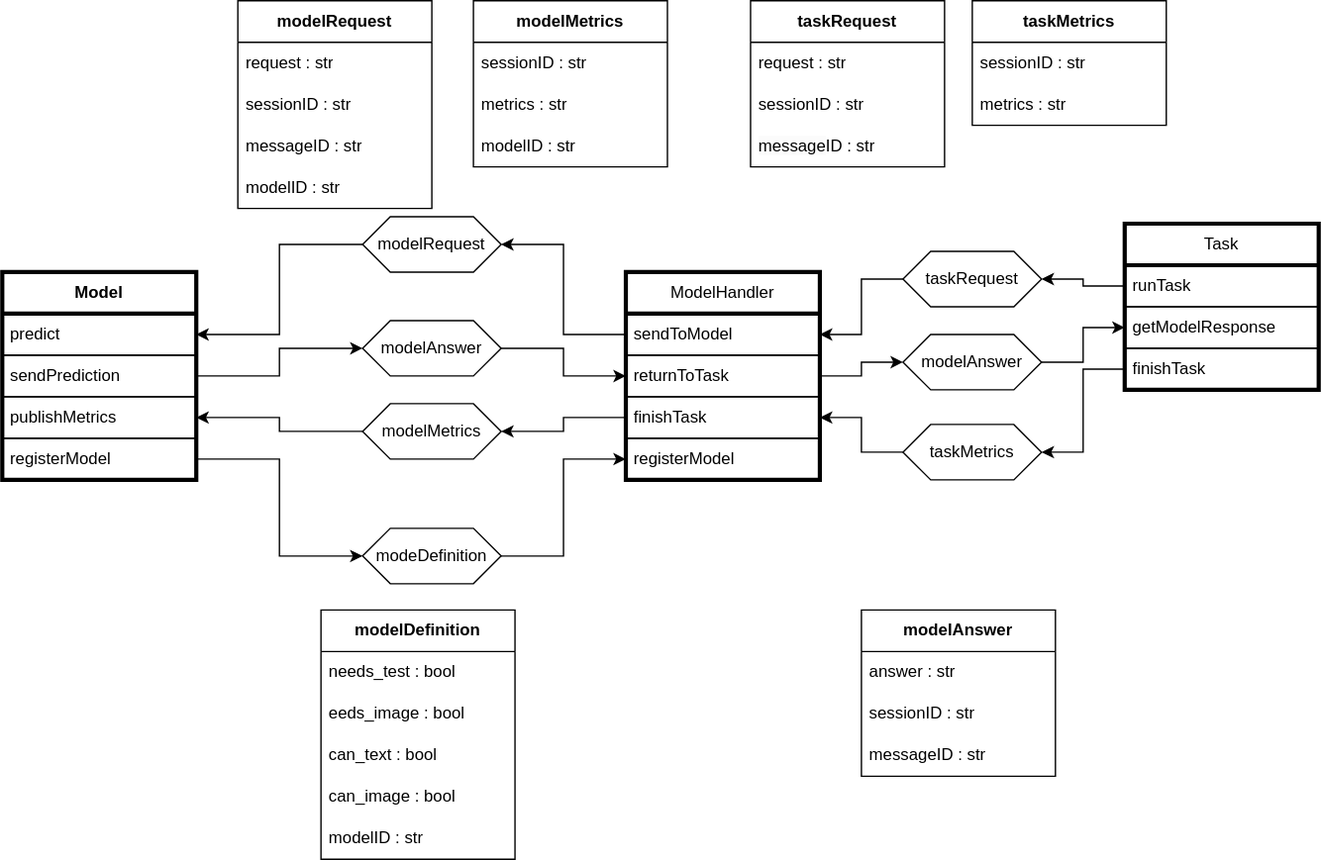
The draw.io diagram task_template/docs/threecomp_layout.svg in viivi-uhari/CollaborativeAI, before a commit. Source tidied: cells renumbered, new cells last; positions are measured from the earlier drawing's top-left corner, leaving out a move shared by most shapes.
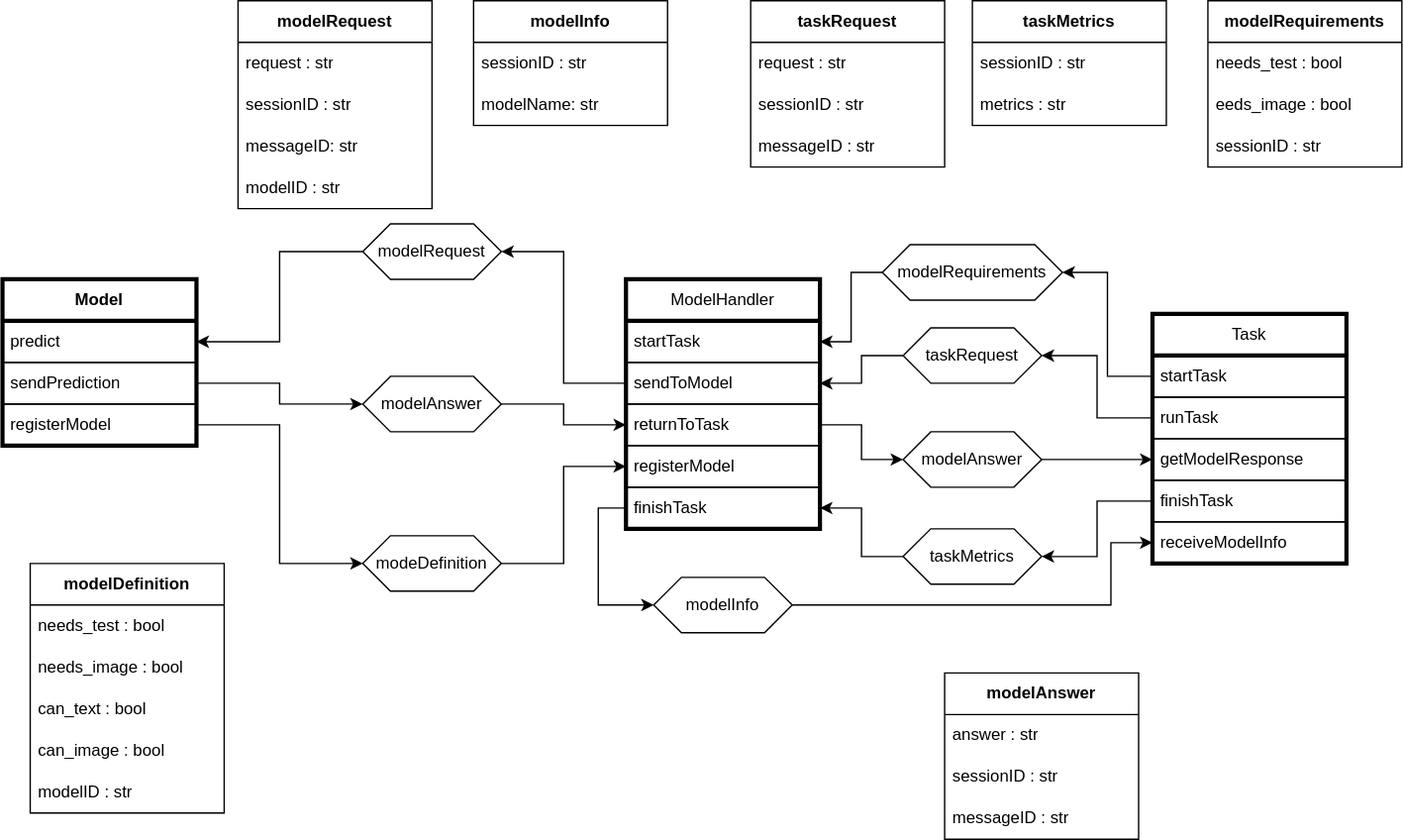
The same file after the commit.

The edit, as a diff of the source:
```diff
@@ -13,5 +13,5 @@
     </mxCell>
-    <mxCell id="5" value="&lt;span style=&quot;color: rgb(0, 0, 0); font-family: Helvetica; font-size: 12px; font-style: normal; font-variant-ligatures: normal; font-variant-caps: normal; font-weight: 400; letter-spacing: normal; orphans: 2; text-align: left; text-indent: 0px; text-transform: none; widows: 2; word-spacing: 0px; -webkit-text-stroke-width: 0px; white-space: normal; background-color: rgb(251, 251, 251); text-decoration-thickness: initial; text-decoration-style: initial; text-decoration-color: initial; display: inline !important; float: none;&quot;&gt;message&lt;/span&gt;ID : str" style="text;strokeColor=none;fillColor=none;align=left;verticalAlign=middle;spacingLeft=4;spacingRight=4;overflow=hidden;whiteSpace=wrap;html=1;" parent="2" vertex="1">
-      <mxGeometry y="90" width="140" height="30" as="geometry" />
-    </mxCell>
+    <mxCell id="63" value="messageID : str" style="text;strokeColor=none;fillColor=none;align=left;verticalAlign=middle;spacingLeft=4;spacingRight=4;overflow=hidden;whiteSpace=wrap;html=1;" parent="2" vertex="1">
+      <mxGeometry y="90" width="140" height="30" as="geometry" />
+    </mxCell>
     <mxCell id="6" style="edgeStyle=orthogonalEdgeStyle;rounded=0;jettySize=auto;html=1;exitX=0;exitY=0.5;exitDx=0;exitDy=0;entryX=1;entryY=0.5;entryDx=0;entryDy=0;" parent="1" edge="1" source="7" target="9">
@@ -20,31 +20,40 @@
     <mxCell id="7" value="taskRequest" style="shape=hexagon;perimeter=hexagonPerimeter2;whiteSpace=wrap;html=1;fixedSize=1;" parent="1" vertex="1">
-      <mxGeometry x="650" y="181" width="100" height="40" as="geometry" />
+      <mxGeometry x="650" y="236" width="100" height="40" as="geometry" />
     </mxCell>
     <mxCell id="8" value="ModelHandler" style="swimlane;fontStyle=0;horizontal=1;startSize=30;whiteSpace=wrap;html=1;strokeWidth=3;" parent="1" vertex="1">
-      <mxGeometry x="450" y="196" width="140" height="150" as="geometry" />
+      <mxGeometry x="450" y="201" width="140" height="180" as="geometry" />
     </mxCell>
+    <mxCell id="64" value="startTask" style="text;strokeColor=default;fillColor=none;align=left;verticalAlign=middle;spacingLeft=4;spacingRight=4;overflow=hidden;points=[[0,0.5],[1,0.5]];portConstraint=eastwest;whiteSpace=wrap;html=1;" parent="8" vertex="1">
+      <mxGeometry y="30" width="140" height="30" as="geometry" />
+    </mxCell>
     <mxCell id="9" value="sendToModel" style="text;strokeColor=default;fillColor=none;align=left;verticalAlign=middle;spacingLeft=4;spacingRight=4;overflow=hidden;points=[[0,0.5],[1,0.5]];portConstraint=eastwest;whiteSpace=wrap;html=1;" parent="8" vertex="1">
-      <mxGeometry y="30" width="140" height="30" as="geometry" />
+      <mxGeometry y="60" width="140" height="30" as="geometry" />
     </mxCell>
     <mxCell id="10" value="returnToTask" style="text;strokeColor=default;fillColor=none;align=left;verticalAlign=middle;spacingLeft=4;spacingRight=4;overflow=hidden;points=[[0,0.5],[1,0.5]];portConstraint=eastwest;whiteSpace=wrap;html=1;" parent="8" vertex="1">
-      <mxGeometry y="60" width="140" height="30" as="geometry" />
+      <mxGeometry y="90" width="140" height="30" as="geometry" />
     </mxCell>
+    <mxCell id="12" value="registerModel" style="text;strokeColor=default;fillColor=none;align=left;verticalAlign=middle;spacingLeft=4;spacingRight=4;overflow=hidden;points=[[0,0.5],[1,0.5]];portConstraint=eastwest;whiteSpace=wrap;html=1;" parent="8" vertex="1">
+      <mxGeometry y="120" width="140" height="30" as="geometry" />
+    </mxCell>
     <mxCell id="11" value="finishTask" style="text;strokeColor=default;fillColor=none;align=left;verticalAlign=middle;spacingLeft=4;spacingRight=4;overflow=hidden;points=[[0,0.5],[1,0.5]];portConstraint=eastwest;whiteSpace=wrap;html=1;" parent="8" vertex="1">
-      <mxGeometry y="90" width="140" height="30" as="geometry" />
+      <mxGeometry y="150" width="140" height="30" as="geometry" />
     </mxCell>
-    <mxCell id="12" value="registerModel" style="text;strokeColor=default;fillColor=none;align=left;verticalAlign=middle;spacingLeft=4;spacingRight=4;overflow=hidden;points=[[0,0.5],[1,0.5]];portConstraint=eastwest;whiteSpace=wrap;html=1;" parent="8" vertex="1">
-      <mxGeometry y="120" width="140" height="30" as="geometry" />
-    </mxCell>
     <mxCell id="13" value="Task" style="swimlane;fontStyle=0;horizontal=1;startSize=30;whiteSpace=wrap;html=1;strokeWidth=3;" parent="1" vertex="1">
-      <mxGeometry x="810" y="161" width="140" height="120" as="geometry" />
+      <mxGeometry x="830" y="226" width="140" height="180" as="geometry" />
     </mxCell>
+    <mxCell id="65" value="startTask" style="text;strokeColor=default;fillColor=none;align=left;verticalAlign=middle;spacingLeft=4;spacingRight=4;overflow=hidden;points=[[0,0.5],[1,0.5]];portConstraint=eastwest;whiteSpace=wrap;html=1;" parent="13" vertex="1">
+      <mxGeometry y="30" width="140" height="30" as="geometry" />
+    </mxCell>
     <mxCell id="14" value="runTask" style="text;strokeColor=default;fillColor=none;align=left;verticalAlign=middle;spacingLeft=4;spacingRight=4;overflow=hidden;points=[[0,0.5],[1,0.5]];portConstraint=eastwest;whiteSpace=wrap;html=1;" parent="13" vertex="1">
-      <mxGeometry y="30" width="140" height="30" as="geometry" />
+      <mxGeometry y="60" width="140" height="30" as="geometry" />
     </mxCell>
     <mxCell id="15" value="getModelResponse" style="text;strokeColor=default;fillColor=none;align=left;verticalAlign=middle;spacingLeft=4;spacingRight=4;overflow=hidden;points=[[0,0.5],[1,0.5]];portConstraint=eastwest;whiteSpace=wrap;html=1;" parent="13" vertex="1">
-      <mxGeometry y="60" width="140" height="30" as="geometry" />
+      <mxGeometry y="90" width="140" height="30" as="geometry" />
     </mxCell>
     <mxCell id="16" value="finishTask" style="text;strokeColor=default;fillColor=none;align=left;verticalAlign=middle;spacingLeft=4;spacingRight=4;overflow=hidden;points=[[0,0.5],[1,0.5]];portConstraint=eastwest;whiteSpace=wrap;html=1;" parent="13" vertex="1">
-      <mxGeometry y="90" width="140" height="30" as="geometry" />
+      <mxGeometry y="120" width="140" height="30" as="geometry" />
     </mxCell>
+    <mxCell id="66" value="receiveModelInfo" style="text;strokeColor=default;fillColor=none;align=left;verticalAlign=middle;spacingLeft=4;spacingRight=4;overflow=hidden;points=[[0,0.5],[1,0.5]];portConstraint=eastwest;whiteSpace=wrap;html=1;" parent="13" vertex="1">
+      <mxGeometry y="150" width="140" height="30" as="geometry" />
+    </mxCell>
     <mxCell id="17" style="edgeStyle=orthogonalEdgeStyle;rounded=0;jettySize=auto;html=1;exitX=0;exitY=0.5;exitDx=0;exitDy=0;entryX=1;entryY=0.5;entryDx=0;entryDy=0;" parent="1" edge="1" source="14" target="7">
@@ -53,3 +62,3 @@
     <mxCell id="18" value="&lt;b&gt;modelAnswer&lt;/b&gt;" style="swimlane;fontStyle=0;horizontal=1;startSize=30;whiteSpace=wrap;html=1;" parent="1" vertex="1">
-      <mxGeometry x="620" y="440" width="140" height="120" as="geometry" />
+      <mxGeometry x="680" y="485" width="140" height="120" as="geometry" />
     </mxCell>
@@ -61,7 +70,7 @@
     </mxCell>
-    <mxCell id="21" value="messageID : str" style="text;strokeColor=none;fillColor=none;align=left;verticalAlign=middle;spacingLeft=4;spacingRight=4;overflow=hidden;whiteSpace=wrap;html=1;" parent="18" vertex="1">
-      <mxGeometry y="90" width="140" height="30" as="geometry" />
-    </mxCell>
+    <mxCell id="67" value="messageID : str" style="text;strokeColor=none;fillColor=none;align=left;verticalAlign=middle;spacingLeft=4;spacingRight=4;overflow=hidden;whiteSpace=wrap;html=1;" parent="18" vertex="1">
+      <mxGeometry y="90" width="140" height="30" as="geometry" />
+    </mxCell>
     <mxCell id="22" value="&lt;b&gt;Model&lt;/b&gt;" style="swimlane;fontStyle=0;horizontal=1;startSize=30;whiteSpace=wrap;html=1;strokeWidth=3;" parent="1" vertex="1">
-      <mxGeometry y="196" width="140" height="150" as="geometry" />
+      <mxGeometry y="201" width="140" height="120" as="geometry" />
     </mxCell>
@@ -73,7 +82,4 @@
     </mxCell>
-    <mxCell id="25" value="publishMetrics" style="text;strokeColor=default;fillColor=none;align=left;verticalAlign=middle;spacingLeft=4;spacingRight=4;overflow=hidden;points=[[0,0.5],[1,0.5]];portConstraint=eastwest;whiteSpace=wrap;html=1;" parent="22" vertex="1">
-      <mxGeometry y="90" width="140" height="30" as="geometry" />
-    </mxCell>
     <mxCell id="26" value="registerModel" style="text;strokeColor=default;fillColor=none;align=left;verticalAlign=middle;spacingLeft=4;spacingRight=4;overflow=hidden;points=[[0,0.5],[1,0.5]];portConstraint=eastwest;whiteSpace=wrap;html=1;" parent="22" vertex="1">
-      <mxGeometry y="120" width="140" height="30" as="geometry" />
+      <mxGeometry y="90" width="140" height="30" as="geometry" />
     </mxCell>
@@ -88,5 +94,5 @@
     </mxCell>
-    <mxCell id="30" value="messageID : str" style="text;strokeColor=none;fillColor=none;align=left;verticalAlign=middle;spacingLeft=4;spacingRight=4;overflow=hidden;whiteSpace=wrap;html=1;" parent="27" vertex="1">
-      <mxGeometry y="90" width="140" height="30" as="geometry" />
-    </mxCell>
+    <mxCell id="68" value="messageID: str" style="text;strokeColor=none;fillColor=none;align=left;verticalAlign=middle;spacingLeft=4;spacingRight=4;overflow=hidden;whiteSpace=wrap;html=1;" parent="27" vertex="1">
+      <mxGeometry y="90" width="140" height="30" as="geometry" />
+    </mxCell>
     <mxCell id="31" value="modelID : str" style="text;strokeColor=none;fillColor=none;align=left;verticalAlign=middle;spacingLeft=4;spacingRight=4;overflow=hidden;whiteSpace=wrap;html=1;" parent="27" vertex="1">
@@ -103,4 +109,4 @@
     </mxCell>
-    <mxCell id="35" value="&lt;b&gt;modelMetrics&lt;/b&gt;" style="swimlane;fontStyle=0;horizontal=1;startSize=30;whiteSpace=wrap;html=1;" parent="1" vertex="1">
-      <mxGeometry x="340" width="140" height="120" as="geometry" />
+    <mxCell id="35" value="&lt;b&gt;modelInfo&lt;/b&gt;" style="swimlane;fontStyle=0;horizontal=1;startSize=30;whiteSpace=wrap;html=1;" parent="1" vertex="1">
+      <mxGeometry x="340" width="140" height="90" as="geometry" />
     </mxCell>
@@ -109,8 +115,5 @@
     </mxCell>
-    <mxCell id="37" value="metrics : str" style="text;strokeColor=none;fillColor=none;align=left;verticalAlign=middle;spacingLeft=4;spacingRight=4;overflow=hidden;whiteSpace=wrap;html=1;" parent="35" vertex="1">
+    <mxCell id="37" value="modelName: str" style="text;strokeColor=none;fillColor=none;align=left;verticalAlign=middle;spacingLeft=4;spacingRight=4;overflow=hidden;whiteSpace=wrap;html=1;" parent="35" vertex="1">
       <mxGeometry y="60" width="140" height="30" as="geometry" />
     </mxCell>
-    <mxCell id="38" value="modelID : str" style="text;strokeColor=none;fillColor=none;align=left;verticalAlign=middle;spacingLeft=4;spacingRight=4;overflow=hidden;whiteSpace=wrap;html=1;" parent="35" vertex="1">
-      <mxGeometry y="90" width="140" height="30" as="geometry" />
-    </mxCell>
     <mxCell id="39" style="edgeStyle=orthogonalEdgeStyle;rounded=0;jettySize=auto;html=1;exitX=0;exitY=0.5;exitDx=0;exitDy=0;entryX=1;entryY=0.5;entryDx=0;entryDy=0;" parent="1" edge="1" source="40" target="11">
@@ -119,3 +122,3 @@
     <mxCell id="40" value="taskMetrics" style="shape=hexagon;perimeter=hexagonPerimeter2;whiteSpace=wrap;html=1;fixedSize=1;" parent="1" vertex="1">
-      <mxGeometry x="650" y="306" width="100" height="40" as="geometry" />
+      <mxGeometry x="650" y="381" width="100" height="40" as="geometry" />
     </mxCell>
@@ -125,9 +128,14 @@
     <mxCell id="42" value="modelRequest" style="shape=hexagon;perimeter=hexagonPerimeter2;whiteSpace=wrap;html=1;fixedSize=1;" parent="1" vertex="1">
-      <mxGeometry x="260" y="156" width="100" height="40" as="geometry" />
+      <mxGeometry x="260" y="161" width="100" height="40" as="geometry" />
     </mxCell>
-    <mxCell id="43" style="edgeStyle=orthogonalEdgeStyle;rounded=0;jettySize=auto;html=1;exitX=0;exitY=0.5;exitDx=0;exitDy=0;entryX=1;entryY=0.5;entryDx=0;entryDy=0;" parent="1" edge="1" source="44" target="25">
-      <mxGeometry relative="1" as="geometry" />
+    <mxCell id="43" style="edgeStyle=orthogonalEdgeStyle;rounded=0;jettySize=auto;html=1;entryX=0;entryY=0.5;entryDx=0;entryDy=0;exitX=1;exitY=0.5;exitDx=0;exitDy=0;" parent="1" edge="1" source="44" target="66">
+      <mxGeometry relative="1" as="geometry">
+        <Array as="points">
+          <mxPoint x="800" y="436" />
+          <mxPoint x="800" y="391" />
+        </Array>
+      </mxGeometry>
     </mxCell>
-    <mxCell id="44" value="modelMetrics" style="shape=hexagon;perimeter=hexagonPerimeter2;whiteSpace=wrap;html=1;fixedSize=1;" parent="1" vertex="1">
-      <mxGeometry x="260" y="291" width="100" height="40" as="geometry" />
+    <mxCell id="44" value="modelInfo" style="shape=hexagon;perimeter=hexagonPerimeter2;whiteSpace=wrap;html=1;fixedSize=1;" parent="1" vertex="1">
+      <mxGeometry x="470" y="416" width="100" height="40" as="geometry" />
     </mxCell>
@@ -136,3 +144,3 @@
     </mxCell>
-    <mxCell id="46" style="edgeStyle=orthogonalEdgeStyle;rounded=0;jettySize=auto;html=1;exitX=0;exitY=0.5;exitDx=0;exitDy=0;entryX=1;entryY=0.5;entryDx=0;entryDy=0;" parent="1" edge="1" source="11" target="44">
+    <mxCell id="46" style="edgeStyle=orthogonalEdgeStyle;rounded=0;jettySize=auto;html=1;exitX=0;exitY=0.5;exitDx=0;exitDy=0;entryX=0;entryY=0.5;entryDx=0;entryDy=0;" parent="1" edge="1" source="11" target="44">
       <mxGeometry relative="1" as="geometry" />
@@ -143,6 +151,6 @@
     <mxCell id="48" value="modeDefinition" style="shape=hexagon;perimeter=hexagonPerimeter2;whiteSpace=wrap;html=1;fixedSize=1;" parent="1" vertex="1">
-      <mxGeometry x="260" y="381" width="100" height="40" as="geometry" />
+      <mxGeometry x="260" y="386" width="100" height="40" as="geometry" />
     </mxCell>
     <mxCell id="49" value="&lt;b&gt;modelDefinition&lt;/b&gt;" style="swimlane;fontStyle=0;horizontal=1;startSize=30;whiteSpace=wrap;html=1;" parent="1" vertex="1">
-      <mxGeometry x="230" y="440" width="140" height="180" as="geometry" />
+      <mxGeometry x="20" y="406" width="140" height="180" as="geometry" />
     </mxCell>
@@ -151,3 +159,3 @@
     </mxCell>
-    <mxCell id="51" value="eeds_image : bool" style="text;strokeColor=none;fillColor=none;align=left;verticalAlign=middle;spacingLeft=4;spacingRight=4;overflow=hidden;whiteSpace=wrap;html=1;" parent="49" vertex="1">
+    <mxCell id="51" value="needs_image : bool" style="text;strokeColor=none;fillColor=none;align=left;verticalAlign=middle;spacingLeft=4;spacingRight=4;overflow=hidden;whiteSpace=wrap;html=1;" parent="49" vertex="1">
       <mxGeometry y="60" width="140" height="30" as="geometry" />
@@ -170,3 +178,3 @@
     <mxCell id="57" value="modelAnswer" style="shape=hexagon;perimeter=hexagonPerimeter2;whiteSpace=wrap;html=1;fixedSize=1;" parent="1" vertex="1">
-      <mxGeometry x="260" y="231" width="100" height="40" as="geometry" />
+      <mxGeometry x="260" y="271" width="100" height="40" as="geometry" />
     </mxCell>
@@ -179,3 +187,3 @@
     <mxCell id="60" value="modelAnswer" style="shape=hexagon;perimeter=hexagonPerimeter2;whiteSpace=wrap;html=1;fixedSize=1;" parent="1" vertex="1">
-      <mxGeometry x="650" y="241" width="100" height="40" as="geometry" />
+      <mxGeometry x="650" y="311" width="100" height="40" as="geometry" />
     </mxCell>
@@ -187,2 +195,23 @@
     </mxCell>
+    <mxCell id="69" value="&lt;b&gt;modelRequirements&lt;/b&gt;" style="swimlane;fontStyle=0;horizontal=1;startSize=30;whiteSpace=wrap;html=1;" parent="1" vertex="1">
+      <mxGeometry x="870" width="140" height="120" as="geometry" />
+    </mxCell>
+    <mxCell id="70" value="needs_test : bool" style="text;strokeColor=none;fillColor=none;align=left;verticalAlign=middle;spacingLeft=4;spacingRight=4;overflow=hidden;whiteSpace=wrap;html=1;" parent="69" vertex="1">
+      <mxGeometry y="30" width="140" height="30" as="geometry" />
+    </mxCell>
+    <mxCell id="71" value="eeds_image : bool" style="text;strokeColor=none;fillColor=none;align=left;verticalAlign=middle;spacingLeft=4;spacingRight=4;overflow=hidden;whiteSpace=wrap;html=1;" parent="69" vertex="1">
+      <mxGeometry y="60" width="140" height="30" as="geometry" />
+    </mxCell>
+    <mxCell id="72" value="sessionID : str" style="text;strokeColor=none;fillColor=none;align=left;verticalAlign=middle;spacingLeft=4;spacingRight=4;overflow=hidden;whiteSpace=wrap;html=1;" parent="69" vertex="1">
+      <mxGeometry y="90" width="140" height="30" as="geometry" />
+    </mxCell>
+    <mxCell id="73" style="edgeStyle=orthogonalEdgeStyle;rounded=0;jettySize=auto;html=1;exitX=0;exitY=0.5;exitDx=0;exitDy=0;entryX=1;entryY=0.5;entryDx=0;entryDy=0;" parent="1" edge="1" source="74" target="64">
+      <mxGeometry relative="1" as="geometry" />
+    </mxCell>
+    <mxCell id="74" value="modelRequirements" style="shape=hexagon;perimeter=hexagonPerimeter2;whiteSpace=wrap;html=1;fixedSize=1;" parent="1" vertex="1">
+      <mxGeometry x="635" y="176" width="130" height="40" as="geometry" />
+    </mxCell>
+    <mxCell id="75" style="edgeStyle=orthogonalEdgeStyle;rounded=0;jettySize=auto;html=1;exitX=0;exitY=0.5;exitDx=0;exitDy=0;entryX=1;entryY=0.5;entryDx=0;entryDy=0;" parent="1" edge="1" source="65" target="74">
+      <mxGeometry relative="1" as="geometry" />
+    </mxCell>
   </root>
```
